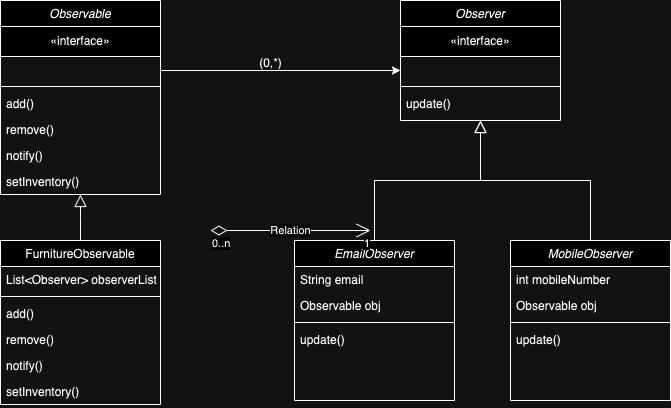
The draw.io diagram ObservableDesignPattern/Diagram/ClassDiagram.png in i-ravi/LLD-SystemDesign, before a commit. Source tidied: cells renumbered, new cells last; positions are measured from the earlier drawing's top-left corner, leaving out a move shared by most shapes. Source of this version:
```xml
<mxGraphModel>
  <root>
    <mxCell id="0" />
    <mxCell id="1" parent="0" />
    <mxCell id="2" value="Observable" style="swimlane;fontStyle=2;align=center;verticalAlign=top;horizontal=1;startSize=26;rounded=0;shadow=0;strokeWidth=1;" parent="1" vertex="1">
      <mxGeometry width="160" height="194" as="geometry" />
    </mxCell>
    <mxCell id="3" value="«interface»" style="html=1;whiteSpace=wrap;" parent="2" vertex="1">
      <mxGeometry y="26" width="160" height="30" as="geometry" />
    </mxCell>
    <mxCell id="4" value=" " style="text;align=left;verticalAlign=top;spacingLeft=4;spacingRight=4;overflow=hidden;" parent="2" vertex="1">
      <mxGeometry y="56" width="160" height="26" as="geometry" />
    </mxCell>
    <mxCell id="5" style="line;html=1;strokeWidth=1;align=left;verticalAlign=middle;spacingTop=-1;spacingLeft=3;spacingRight=3;labelPosition=right;" parent="2" vertex="1">
      <mxGeometry y="82" width="160" height="8" as="geometry" />
    </mxCell>
    <mxCell id="6" value="add()" style="text;align=left;verticalAlign=top;spacingLeft=4;spacingRight=4;overflow=hidden;" parent="2" vertex="1">
      <mxGeometry y="90" width="160" height="26" as="geometry" />
    </mxCell>
    <mxCell id="7" value="remove()" style="text;align=left;verticalAlign=top;spacingLeft=4;spacingRight=4;overflow=hidden;" parent="2" vertex="1">
      <mxGeometry y="116" width="160" height="26" as="geometry" />
    </mxCell>
    <mxCell id="8" value="notify()" style="text;align=left;verticalAlign=top;spacingLeft=4;spacingRight=4;overflow=hidden;" parent="2" vertex="1">
      <mxGeometry y="142" width="160" height="26" as="geometry" />
    </mxCell>
    <mxCell id="9" value="setInventory()" style="text;align=left;verticalAlign=top;spacingLeft=4;spacingRight=4;overflow=hidden;" parent="2" vertex="1">
      <mxGeometry y="168" width="160" height="26" as="geometry" />
    </mxCell>
    <mxCell id="10" value="FurnitureObservable" style="swimlane;fontStyle=0;align=center;verticalAlign=top;horizontal=1;startSize=26;rounded=0;shadow=0;strokeWidth=1;" parent="1" vertex="1">
      <mxGeometry y="240" width="160" height="164" as="geometry" />
    </mxCell>
    <mxCell id="11" value="List&lt;Observer&gt; observerList" style="text;align=left;verticalAlign=top;spacingLeft=4;spacingRight=4;overflow=hidden;" parent="10" vertex="1">
      <mxGeometry y="26" width="160" height="26" as="geometry" />
    </mxCell>
    <mxCell id="12" style="line;html=1;strokeWidth=1;align=left;verticalAlign=middle;spacingTop=-1;spacingLeft=3;spacingRight=3;labelPosition=right;" parent="10" vertex="1">
      <mxGeometry y="52" width="160" height="8" as="geometry" />
    </mxCell>
    <mxCell id="13" value="add()" style="text;align=left;verticalAlign=top;spacingLeft=4;spacingRight=4;overflow=hidden;" parent="10" vertex="1">
      <mxGeometry y="60" width="160" height="26" as="geometry" />
    </mxCell>
    <mxCell id="14" value="remove()" style="text;align=left;verticalAlign=top;spacingLeft=4;spacingRight=4;overflow=hidden;" parent="10" vertex="1">
      <mxGeometry y="86" width="160" height="26" as="geometry" />
    </mxCell>
    <mxCell id="15" value="notify()" style="text;align=left;verticalAlign=top;spacingLeft=4;spacingRight=4;overflow=hidden;" parent="10" vertex="1">
      <mxGeometry y="112" width="160" height="26" as="geometry" />
    </mxCell>
    <mxCell id="16" value="setInventory()" style="text;align=left;verticalAlign=top;spacingLeft=4;spacingRight=4;overflow=hidden;" parent="10" vertex="1">
      <mxGeometry y="138" width="160" height="26" as="geometry" />
    </mxCell>
    <mxCell id="17" style="endArrow=block;endSize=10;endFill=0;shadow=0;strokeWidth=1;rounded=0;curved=0;edgeStyle=elbowEdgeStyle;elbow=vertical;" parent="1" edge="1" source="10" target="2">
      <mxGeometry relative="1" as="geometry" />
    </mxCell>
    <mxCell id="18" value="Observer" style="swimlane;fontStyle=2;align=center;verticalAlign=top;horizontal=1;startSize=26;rounded=0;shadow=0;strokeWidth=1;" parent="1" vertex="1">
      <mxGeometry x="400" width="160" height="120" as="geometry" />
    </mxCell>
    <mxCell id="19" value="«interface»" style="html=1;whiteSpace=wrap;" parent="18" vertex="1">
      <mxGeometry y="26" width="160" height="30" as="geometry" />
    </mxCell>
    <mxCell id="20" value=" " style="text;align=left;verticalAlign=top;spacingLeft=4;spacingRight=4;overflow=hidden;" parent="18" vertex="1">
      <mxGeometry y="56" width="160" height="26" as="geometry" />
    </mxCell>
    <mxCell id="21" style="line;html=1;strokeWidth=1;align=left;verticalAlign=middle;spacingTop=-1;spacingLeft=3;spacingRight=3;labelPosition=right;" parent="18" vertex="1">
      <mxGeometry y="82" width="160" height="8" as="geometry" />
    </mxCell>
    <mxCell id="22" value="update()" style="text;align=left;verticalAlign=top;spacingLeft=4;spacingRight=4;overflow=hidden;" parent="18" vertex="1">
      <mxGeometry y="90" width="160" height="26" as="geometry" />
    </mxCell>
    <mxCell id="23" value="EmailObserver" style="swimlane;fontStyle=2;align=center;verticalAlign=top;horizontal=1;startSize=26;rounded=0;shadow=0;strokeWidth=1;" parent="1" vertex="1">
      <mxGeometry x="294" y="240" width="160" height="160" as="geometry" />
    </mxCell>
    <mxCell id="24" value="String email" style="text;align=left;verticalAlign=top;spacingLeft=4;spacingRight=4;overflow=hidden;" parent="23" vertex="1">
      <mxGeometry y="26" width="160" height="26" as="geometry" />
    </mxCell>
    <mxCell id="25" value="Observable obj" style="text;align=left;verticalAlign=top;spacingLeft=4;spacingRight=4;overflow=hidden;" parent="23" vertex="1">
      <mxGeometry y="52" width="160" height="26" as="geometry" />
    </mxCell>
    <mxCell id="26" style="line;html=1;strokeWidth=1;align=left;verticalAlign=middle;spacingTop=-1;spacingLeft=3;spacingRight=3;labelPosition=right;" parent="23" vertex="1">
      <mxGeometry y="78" width="160" height="8" as="geometry" />
    </mxCell>
    <mxCell id="27" value="update()" style="text;align=left;verticalAlign=top;spacingLeft=4;spacingRight=4;overflow=hidden;" parent="23" vertex="1">
      <mxGeometry y="86" width="160" height="26" as="geometry" />
    </mxCell>
    <mxCell id="28" value="MobileObserver" style="swimlane;fontStyle=2;align=center;verticalAlign=top;horizontal=1;startSize=26;rounded=0;shadow=0;strokeWidth=1;" parent="1" vertex="1">
      <mxGeometry x="510" y="240" width="160" height="160" as="geometry" />
    </mxCell>
    <mxCell id="29" value="int mobileNumber" style="text;align=left;verticalAlign=top;spacingLeft=4;spacingRight=4;overflow=hidden;" parent="28" vertex="1">
      <mxGeometry y="26" width="160" height="26" as="geometry" />
    </mxCell>
    <mxCell id="30" value="Observable obj" style="text;align=left;verticalAlign=top;spacingLeft=4;spacingRight=4;overflow=hidden;" parent="28" vertex="1">
      <mxGeometry y="52" width="160" height="26" as="geometry" />
    </mxCell>
    <mxCell id="31" style="line;html=1;strokeWidth=1;align=left;verticalAlign=middle;spacingTop=-1;spacingLeft=3;spacingRight=3;labelPosition=right;" parent="28" vertex="1">
      <mxGeometry y="78" width="160" height="8" as="geometry" />
    </mxCell>
    <mxCell id="32" value="update()" style="text;align=left;verticalAlign=top;spacingLeft=4;spacingRight=4;overflow=hidden;" parent="28" vertex="1">
      <mxGeometry y="86" width="160" height="26" as="geometry" />
    </mxCell>
    <mxCell id="33" style="endArrow=block;endSize=10;endFill=0;shadow=0;strokeWidth=1;rounded=0;curved=0;edgeStyle=elbowEdgeStyle;elbow=vertical;entryX=0.5;entryY=1;entryDx=0;entryDy=0;exitX=0.5;exitY=0;exitDx=0;exitDy=0;" parent="1" edge="1" source="23" target="18">
      <mxGeometry relative="1" as="geometry" />
    </mxCell>
    <mxCell id="34" style="endArrow=block;endSize=10;endFill=0;shadow=0;strokeWidth=1;rounded=0;curved=0;edgeStyle=elbowEdgeStyle;elbow=vertical;exitX=0.5;exitY=0;exitDx=0;exitDy=0;" parent="1" edge="1" source="28">
      <mxGeometry relative="1" as="geometry">
        <mxPoint x="480" y="120" as="targetPoint" />
      </mxGeometry>
    </mxCell>
    <mxCell id="35" value="Relation" style="endArrow=open;html=1;endSize=12;startArrow=diamondThin;startSize=14;startFill=0;edgeStyle=orthogonalEdgeStyle;rounded=0;" parent="1" edge="1">
      <mxGeometry relative="1" as="geometry">
        <mxPoint x="210" y="230" as="sourcePoint" />
        <mxPoint x="370" y="230" as="targetPoint" />
      </mxGeometry>
    </mxCell>
    <mxCell id="36" value="0..n" style="edgeLabel;html=1;align=left;verticalAlign=top;" parent="35" vertex="1">
      <mxGeometry x="-1" relative="1" as="geometry" />
    </mxCell>
    <mxCell id="37" value="1" style="edgeLabel;html=1;align=right;verticalAlign=top;" parent="35" vertex="1">
      <mxGeometry x="1" relative="1" as="geometry" />
    </mxCell>
    <mxCell id="38" style="edgeStyle=orthogonalEdgeStyle;rounded=0;orthogonalLoop=1;jettySize=auto;html=1;entryX=0;entryY=0.5;entryDx=0;entryDy=0;" parent="1" edge="1">
      <mxGeometry relative="1" as="geometry">
        <mxPoint x="160" y="70" as="sourcePoint" />
        <mxPoint x="400" y="70" as="targetPoint" />
      </mxGeometry>
    </mxCell>
    <mxCell id="39" value="(0,*)" style="text;html=1;align=center;verticalAlign=middle;strokeColor=none;fillColor=none;" parent="1" vertex="1">
      <mxGeometry x="245" y="48" width="50" height="30" as="geometry" />
    </mxCell>
  </root>
</mxGraphModel>
```
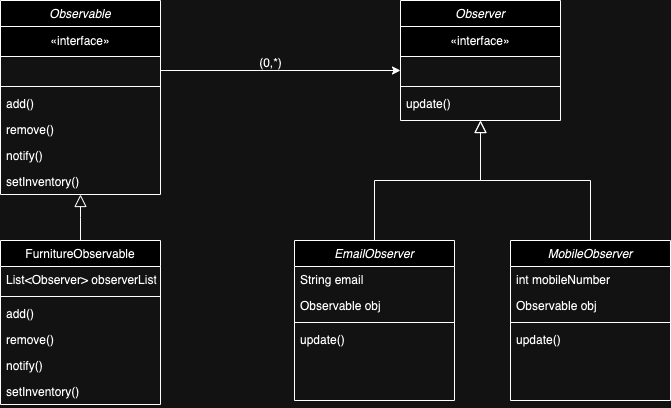
After the commit.

Commit message:
Updated Observable Class Diagram

Change to the diagram source:
```diff
@@ -103,18 +103,6 @@
         <mxPoint x="480" y="120" as="targetPoint" />
       </mxGeometry>
     </mxCell>
-    <mxCell id="35" value="Relation" style="endArrow=open;html=1;endSize=12;startArrow=diamondThin;startSize=14;startFill=0;edgeStyle=orthogonalEdgeStyle;rounded=0;" parent="1" edge="1">
-      <mxGeometry relative="1" as="geometry">
-        <mxPoint x="210" y="230" as="sourcePoint" />
-        <mxPoint x="370" y="230" as="targetPoint" />
-      </mxGeometry>
-    </mxCell>
-    <mxCell id="36" value="0..n" style="edgeLabel;html=1;align=left;verticalAlign=top;" parent="35" vertex="1">
-      <mxGeometry x="-1" relative="1" as="geometry" />
-    </mxCell>
-    <mxCell id="37" value="1" style="edgeLabel;html=1;align=right;verticalAlign=top;" parent="35" vertex="1">
-      <mxGeometry x="1" relative="1" as="geometry" />
-    </mxCell>
     <mxCell id="38" style="edgeStyle=orthogonalEdgeStyle;rounded=0;orthogonalLoop=1;jettySize=auto;html=1;entryX=0;entryY=0.5;entryDx=0;entryDy=0;" parent="1" edge="1">
       <mxGeometry relative="1" as="geometry">
         <mxPoint x="160" y="70" as="sourcePoint" />
```
